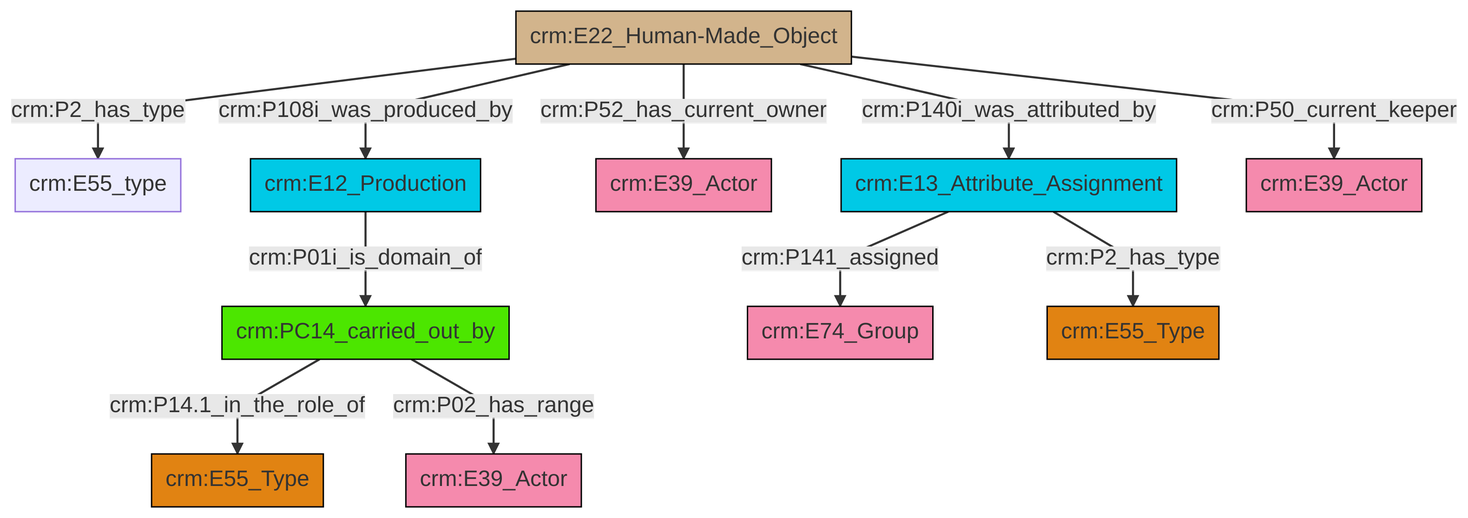
Above: et/artworkCSV/ttl/mmd/png/Artwork_Actor_Relations.png in swiss-art-research-net/docs.swissartresearch (Mermaid), before the change. Its source is kept beside it as et/artworkCSV/ttl/mmd/Artwork_Actor_Relations.ttl.mmd.
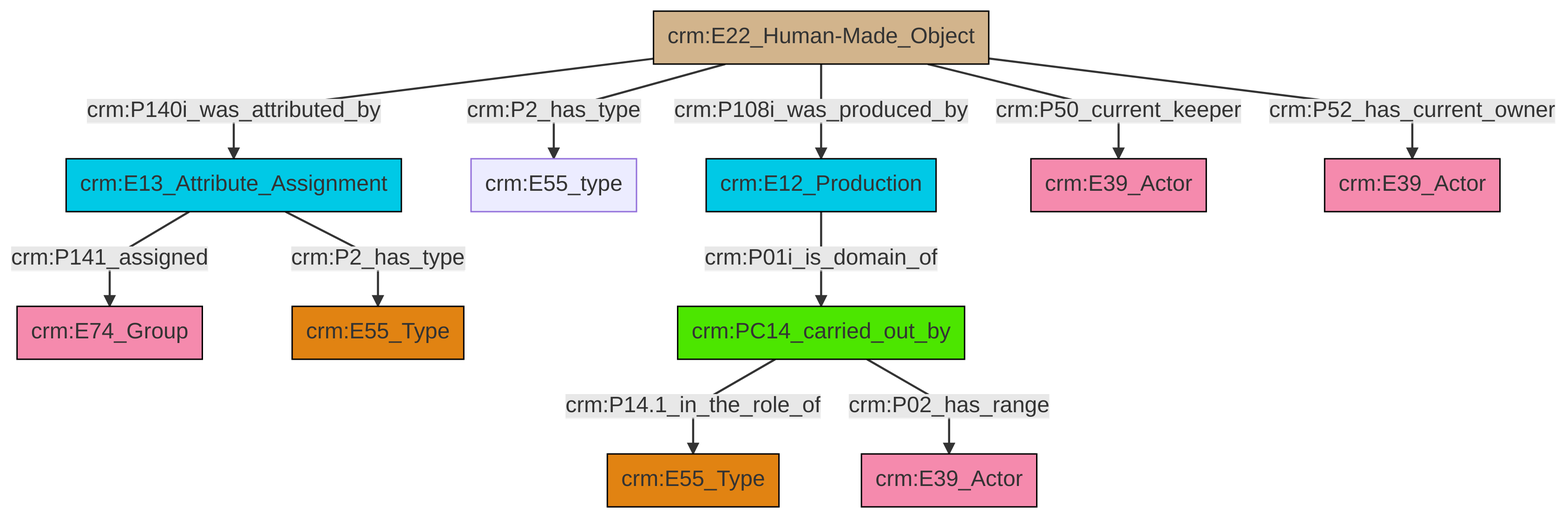
After the change.

Change to the diagram source:
```diff
@@ -13,13 +13,13 @@
 classDef PC_Classes fill:#4ce600, stroke:#000000;
 classDef Multi fill:#cccccc,stroke:#000000;
 
-0["crm:E22_Human-Made_Object"]:::Physical_Thing -->|crm:P2_has_type| 1["crm:E55_type"]:::Default
-0["crm:E22_Human-Made_Object"]:::Physical_Thing -->|crm:P52_has_current_owner| 4["crm:E39_Actor"]:::Actor
-5["crm:E12_Production"]:::Temporal_Entity -->|crm:P01i_is_domain_of| 6["crm:PC14_carried_out_by"]:::PC_Classes
-6["crm:PC14_carried_out_by"]:::PC_Classes -->|crm:P14.1_in_the_role_of| 11["crm:E55_Type"]:::Type
-0["crm:E22_Human-Made_Object"]:::Physical_Thing -->|crm:P140i_was_attributed_by| 2["crm:E13_Attribute_Assignment"]:::Temporal_Entity
-2["crm:E13_Attribute_Assignment"]:::Temporal_Entity -->|crm:P2_has_type| 12["crm:E55_Type"]:::Type
-2["crm:E13_Attribute_Assignment"]:::Temporal_Entity -->|crm:P141_assigned| 7["crm:E74_Group"]:::Actor
-0["crm:E22_Human-Made_Object"]:::Physical_Thing -->|crm:P108i_was_produced_by| 5["crm:E12_Production"]:::Temporal_Entity
-0["crm:E22_Human-Made_Object"]:::Physical_Thing -->|crm:P50_current_keeper| 17["crm:E39_Actor"]:::Actor
-6["crm:PC14_carried_out_by"]:::PC_Classes -->|crm:P02_has_range| 20["crm:E39_Actor"]:::Actor
+2["crm:E13_Attribute_Assignment"]:::Temporal_Entity -->|crm:P2_has_type| 3["crm:E55_Type"]:::Type
+8["crm:E22_Human-Made_Object"]:::Physical_Thing -->|crm:P108i_was_produced_by| 9["crm:E12_Production"]:::Temporal_Entity
+8["crm:E22_Human-Made_Object"]:::Physical_Thing -->|crm:P50_current_keeper| 13["crm:E39_Actor"]:::Actor
+8["crm:E22_Human-Made_Object"]:::Physical_Thing -->|crm:P2_has_type| 4["crm:E55_type"]:::Default
+14["crm:PC14_carried_out_by"]:::PC_Classes -->|crm:P14.1_in_the_role_of| 10["crm:E55_Type"]:::Type
+8["crm:E22_Human-Made_Object"]:::Physical_Thing -->|crm:P140i_was_attributed_by| 2["crm:E13_Attribute_Assignment"]:::Temporal_Entity
+14["crm:PC14_carried_out_by"]:::PC_Classes -->|crm:P02_has_range| 18["crm:E39_Actor"]:::Actor
+2["crm:E13_Attribute_Assignment"]:::Temporal_Entity -->|crm:P141_assigned| 0["crm:E74_Group"]:::Actor
+8["crm:E22_Human-Made_Object"]:::Physical_Thing -->|crm:P52_has_current_owner| 20["crm:E39_Actor"]:::Actor
+9["crm:E12_Production"]:::Temporal_Entity -->|crm:P01i_is_domain_of| 14["crm:PC14_carried_out_by"]:::PC_Classes
```
